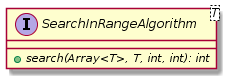
Before: malokhvii-eduard/malokhvii05/doc/plantuml/png/ua.khpi.oop.malokhvii05.common.algorithms.search.SearchInRangeAlgorithm.png, a diagram exported from PlantUML (P-Kalin/kit26a). Source of this version:
```plantuml
@startuml

    interface SearchInRangeAlgorithm<T> {
        {abstract} +search(Array<T>, T, int, int): int
    }

@enduml
```
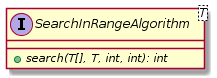
The same diagram one commit later.

What changed in the source:
```diff
@@ -1,7 +1,7 @@
 @startuml
 
     interface SearchInRangeAlgorithm<T> {
-        {abstract} +search(Array<T>, T, int, int): int
+        {abstract} +search(T[], T, int, int): int
     }
 
 @enduml
```
